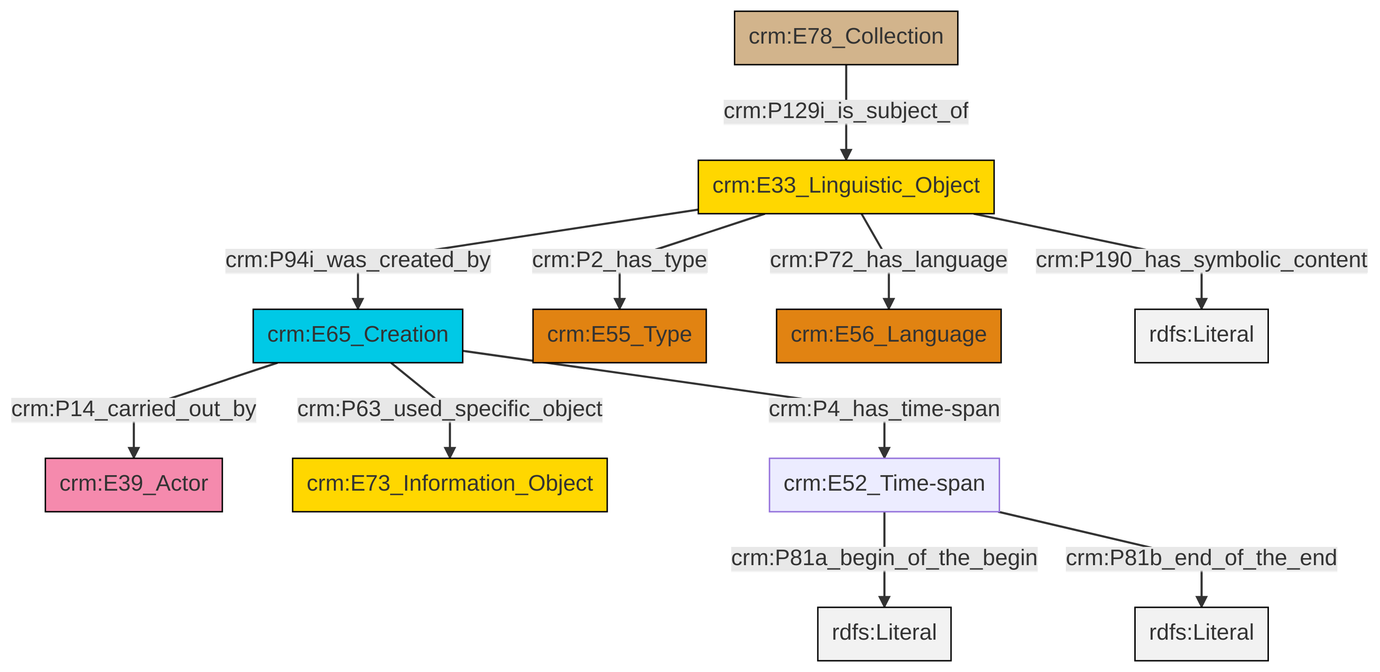
This is et/archivalCSV/ttl/mmd/png/archival_desc.png from swiss-art-research-net/docs.swissartresearch, a Mermaid export, as it was before one commit. Its source is kept beside it as et/archivalCSV/ttl/mmd/archival_desc.ttl.mmd.
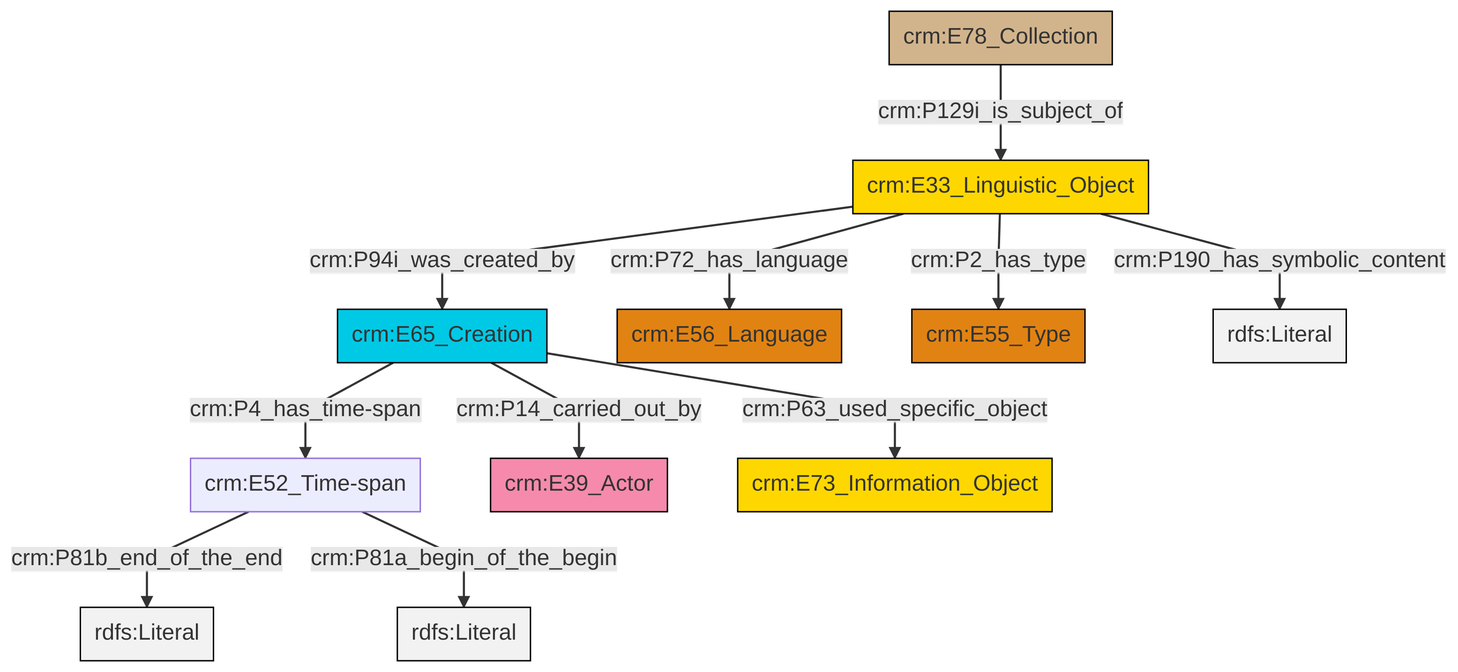
The same diagram one commit later.

Diff of the diagram source:
```diff
@@ -13,13 +13,13 @@
 classDef PC_Classes fill:#4ce600, stroke:#000000;
 classDef Multi fill:#cccccc,stroke:#000000;
 
-12["crm:E52_Time-span"]:::Default -->|crm:P81a_begin_of_the_begin| 13[rdfs:Literal]:::Literal
-12["crm:E52_Time-span"]:::Default -->|crm:P81b_end_of_the_end| 16[rdfs:Literal]:::Literal
-2["crm:E33_Linguistic_Object"]:::Conceptual_Object -->|crm:P190_has_symbolic_content| 17[rdfs:Literal]:::Literal
-4["crm:E65_Creation"]:::Temporal_Entity -->|crm:P14_carried_out_by| 6["crm:E39_Actor"]:::Actor
-2["crm:E33_Linguistic_Object"]:::Conceptual_Object -->|crm:P72_has_language| 14["crm:E56_Language"]:::Type
-4["crm:E65_Creation"]:::Temporal_Entity -->|crm:P63_used_specific_object| 8["crm:E73_Information_Object"]:::Conceptual_Object
-0["crm:E78_Collection"]:::Physical_Thing -->|crm:P129i_is_subject_of| 2["crm:E33_Linguistic_Object"]:::Conceptual_Object
-2["crm:E33_Linguistic_Object"]:::Conceptual_Object -->|crm:P2_has_type| 10["crm:E55_Type"]:::Type
-2["crm:E33_Linguistic_Object"]:::Conceptual_Object -->|crm:P94i_was_created_by| 4["crm:E65_Creation"]:::Temporal_Entity
-4["crm:E65_Creation"]:::Temporal_Entity -->|crm:P4_has_time-span| 12["crm:E52_Time-span"]:::Default
+4["crm:E33_Linguistic_Object"]:::Conceptual_Object -->|crm:P94i_was_created_by| 0["crm:E65_Creation"]:::Temporal_Entity
+0["crm:E65_Creation"]:::Temporal_Entity -->|crm:P14_carried_out_by| 5["crm:E39_Actor"]:::Actor
+4["crm:E33_Linguistic_Object"]:::Conceptual_Object -->|crm:P72_has_language| 6["crm:E56_Language"]:::Type
+9["crm:E78_Collection"]:::Physical_Thing -->|crm:P129i_is_subject_of| 4["crm:E33_Linguistic_Object"]:::Conceptual_Object
+2["crm:E52_Time-span"]:::Default -->|crm:P81b_end_of_the_end| 10[rdfs:Literal]:::Literal
+0["crm:E65_Creation"]:::Temporal_Entity -->|crm:P4_has_time-span| 2["crm:E52_Time-span"]:::Default
+4["crm:E33_Linguistic_Object"]:::Conceptual_Object -->|crm:P2_has_type| 11["crm:E55_Type"]:::Type
+0["crm:E65_Creation"]:::Temporal_Entity -->|crm:P63_used_specific_object| 7["crm:E73_Information_Object"]:::Conceptual_Object
+4["crm:E33_Linguistic_Object"]:::Conceptual_Object -->|crm:P190_has_symbolic_content| 15[rdfs:Literal]:::Literal
+2["crm:E52_Time-span"]:::Default -->|crm:P81a_begin_of_the_begin| 17[rdfs:Literal]:::Literal
```
